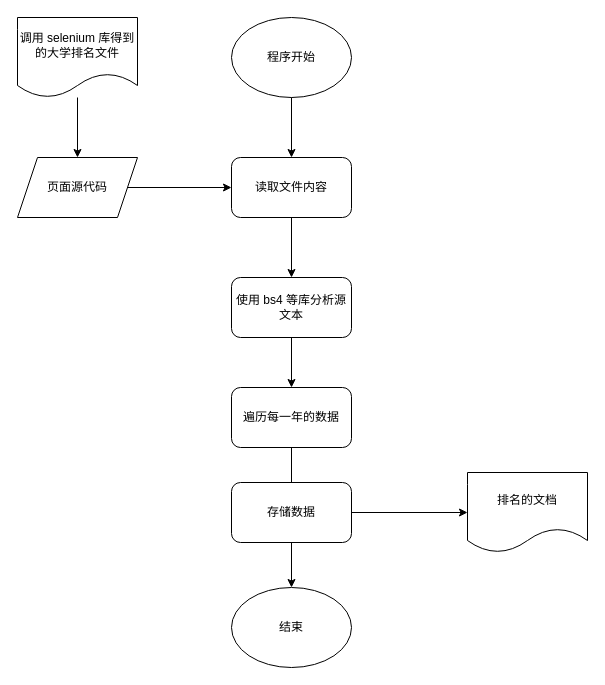
Earlier version of the draw.io diagram highschoolrank/school_info.drawio (Cl-12345/IT-class). Source tidied: cells renumbered, new cells numbered last; positions are measured from the earlier drawing's top-left corner, leaving out a move shared by most shapes. Both pictures are drawn from the tidied source at 100%, with x=0, y=0 at pixel (17, 17).
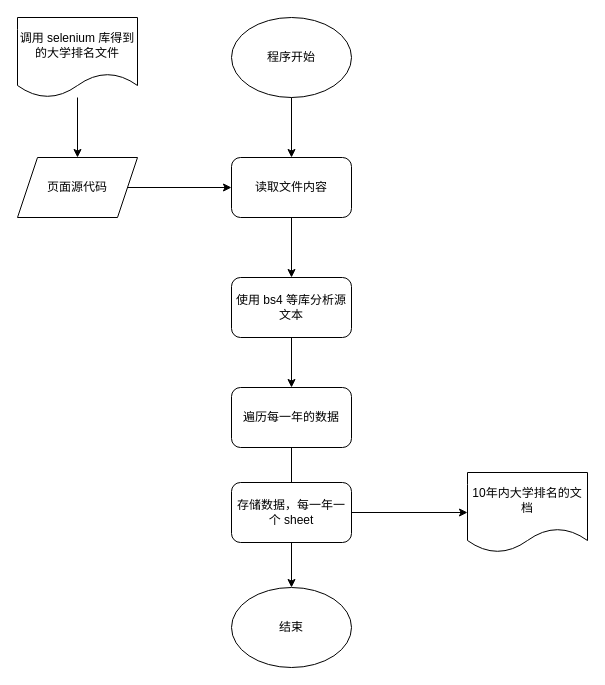
Above is the later version.

What changed in the source:
```diff
@@
-    <mxCell id="18" value="存储数据" style="rounded=1;whiteSpace=wrap;html=1;" parent="1" vertex="1">
+    <mxCell id="18" value="存储数据，每一年一个 sheet" style="rounded=1;whiteSpace=wrap;html=1;" parent="1" vertex="1">
       <mxGeometry x="214" y="465" width="120" height="60" as="geometry" />
     </mxCell>
@@
-    <mxCell id="20" value="排名的文档" style="shape=document;whiteSpace=wrap;html=1;boundedLbl=1;" parent="1" vertex="1">
+    <mxCell id="20" value="10年内大学排名的文档" style="shape=document;whiteSpace=wrap;html=1;boundedLbl=1;" parent="1" vertex="1">
       <mxGeometry x="450" y="455" width="120" height="80" as="geometry" />
     </mxCell>
```
